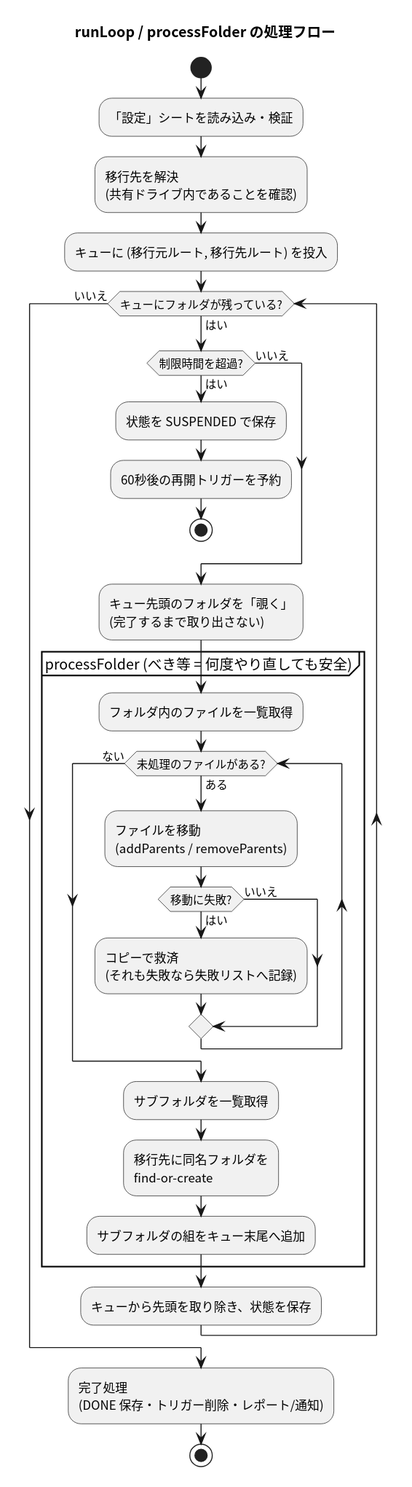
Above: gas-drive-migration-2026-07-11/docs/textbook/plantuml/out/05_activity_folder_loop.svg in pollenjp-org/sandbox (PlantUML), before the change. The source it was exported from:
```plantuml
@startuml
skinparam defaultFontName "Noto Sans CJK JP"
skinparam backgroundColor #FFFFFF
skinparam shadowing false
title runLoop / processFolder の処理フロー

start
:「設定」シートを読み込み・検証;
:移行先を解決\n(共有ドライブ内であることを確認);
:キューに (移行元ルート, 移行先ルート) を投入;

while (キューにフォルダが残っている?) is (はい)
  if (制限時間を超過?) then (はい)
    :状態を SUSPENDED で保存;
    :60秒後の再開トリガーを予約;
    stop
  else (いいえ)
  endif
  :キュー先頭のフォルダを「覗く」\n(完了するまで取り出さない);
  partition "processFolder (べき等 = 何度やり直しても安全)" {
    :フォルダ内のファイルを一覧取得;
    while (未処理のファイルがある?) is (ある)
      :ファイルを移動\n(addParents / removeParents);
      if (移動に失敗?) then (はい)
        :コピーで救済\n(それも失敗なら失敗リストへ記録);
      else (いいえ)
      endif
    endwhile (ない)
    :サブフォルダを一覧取得;
    :移行先に同名フォルダを\nfind-or-create;
    :サブフォルダの組をキュー末尾へ追加;
  }
  :キューから先頭を取り除き、状態を保存;
endwhile (いいえ)

:完了処理\n(DONE 保存・トリガー削除・レポート/通知);
stop
@enduml
```
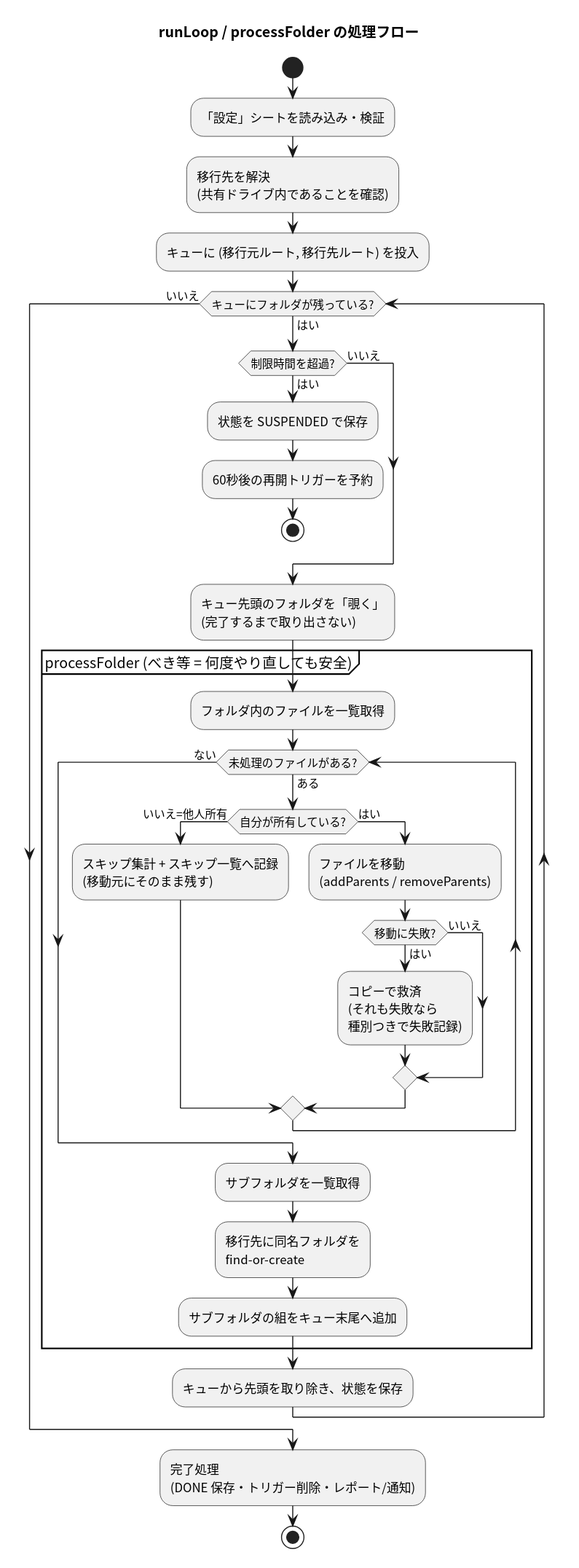
Above is the later version.

What changed in the source:
```diff
@@ -20,10 +20,14 @@
   partition "processFolder (べき等 = 何度やり直しても安全)" {
     :フォルダ内のファイルを一覧取得;
     while (未処理のファイルがある?) is (ある)
-      :ファイルを移動\n(addParents / removeParents);
-      if (移動に失敗?) then (はい)
-        :コピーで救済\n(それも失敗なら失敗リストへ記録);
-      else (いいえ)
+      if (自分が所有している?) then (いいえ=他人所有)
+        :スキップ集計 + スキップ一覧へ記録\n(移動元にそのまま残す);
+      else (はい)
+        :ファイルを移動\n(addParents / removeParents);
+        if (移動に失敗?) then (はい)
+          :コピーで救済\n(それも失敗なら\n種別つきで失敗記録);
+        else (いいえ)
+        endif
       endif
     endwhile (ない)
     :サブフォルダを一覧取得;
```
